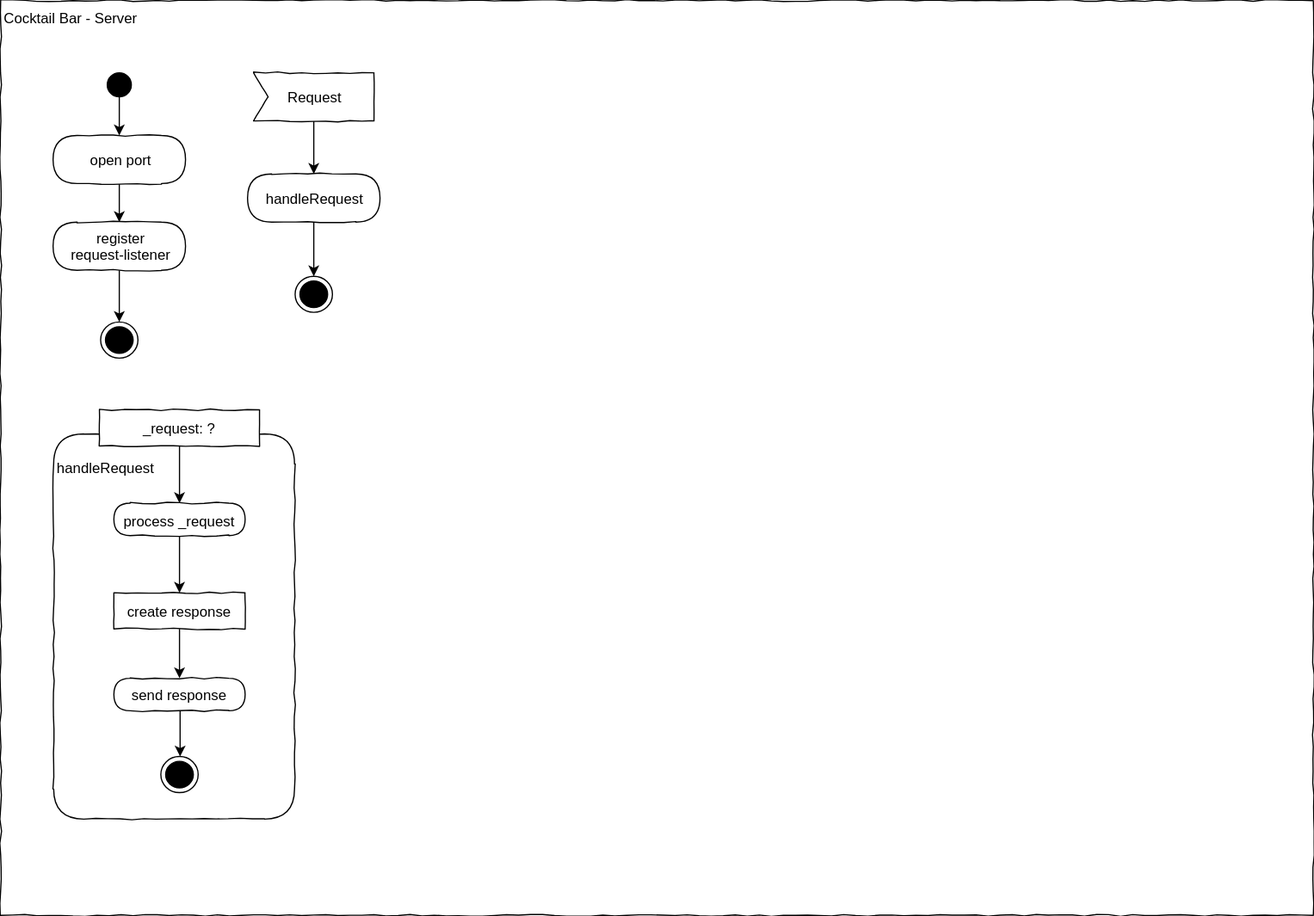
This is L06_Server/Material/draw.io/Activity.svg from JirkaDellOro/EIA2-Inverted, a draw.io export, as it was before one commit. Source tidied: cells renumbered, new cells last; positions are measured from the earlier drawing's top-left corner, leaving out a move shared by most shapes.
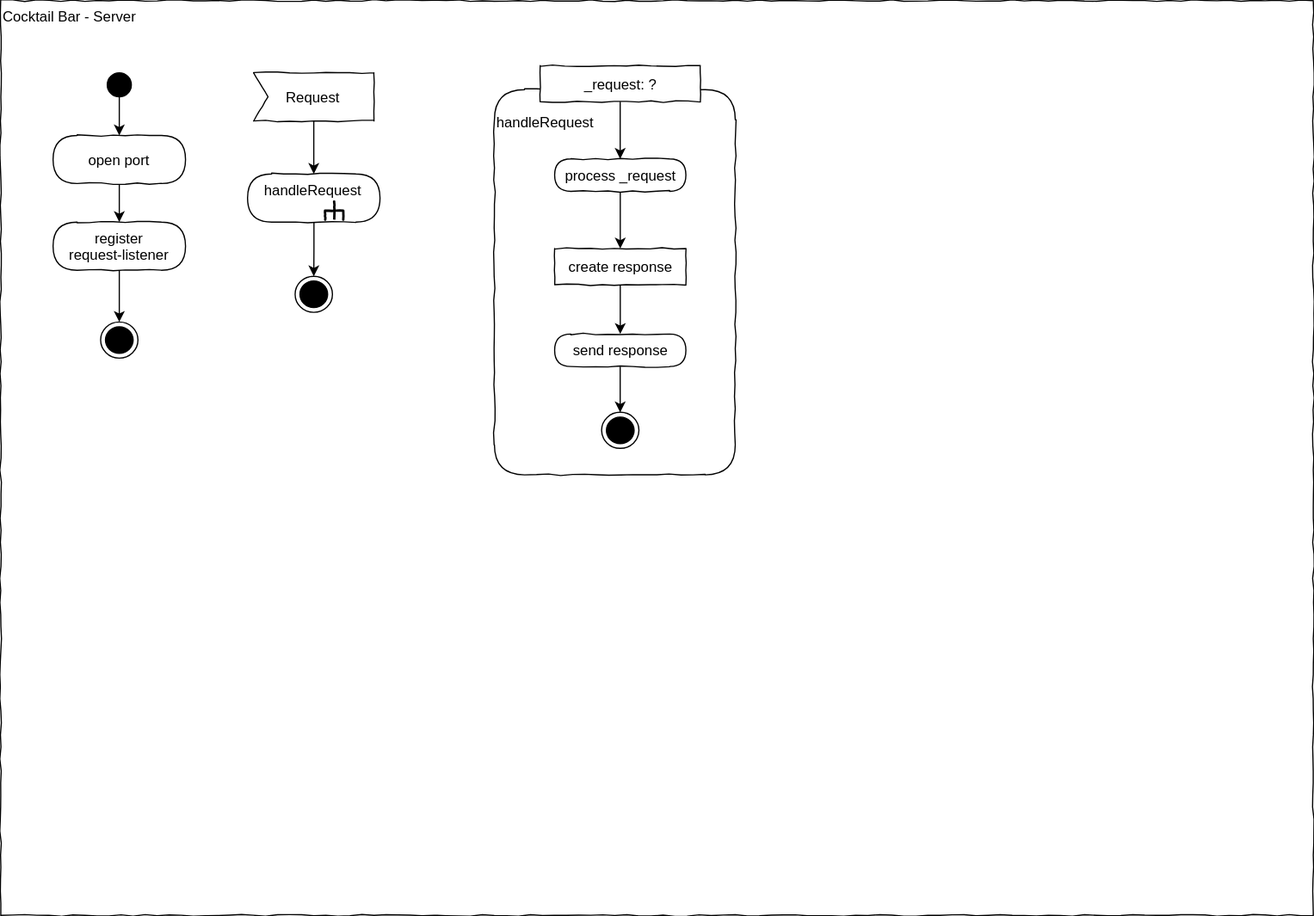
Above is the later version.

What changed in the source:
```diff
@@ -31,25 +31,25 @@
       </mxGeometry>
     </mxCell>
     <mxCell id="10" value="&lt;div style=&quot;text-align: left&quot;&gt;&lt;br&gt;&lt;/div&gt;&lt;div style=&quot;text-align: left&quot;&gt;handleRequest&lt;/div&gt;" style="rounded=1;whiteSpace=wrap;html=1;shadow=0;glass=0;comic=1;strokeColor=#000000;labelPosition=center;verticalLabelPosition=middle;align=left;verticalAlign=top;absoluteArcSize=1;arcSize=50;" parent="1" vertex="1">
-      <mxGeometry x="44" y="360" width="200" height="320" as="geometry" />
+      <mxGeometry x="410" y="74" width="200" height="320" as="geometry" />
     </mxCell>
     <mxCell id="11" style="edgeStyle=orthogonalEdgeStyle;rounded=0;jettySize=auto;html=1;" parent="1" edge="1" source="16" target="15">
       <mxGeometry relative="1" as="geometry" />
     </mxCell>
     <mxCell id="12" value="&lt;div style=&quot;text-align: left&quot;&gt;_request: ?&lt;/div&gt;" style="rounded=0;whiteSpace=wrap;html=1;comic=1;align=center;" parent="1" vertex="1">
-      <mxGeometry x="82" y="340" width="133" height="30" as="geometry" />
+      <mxGeometry x="448" y="54" width="133" height="30" as="geometry" />
     </mxCell>
     <mxCell id="13" style="ellipse;html=1;shape=endState;fillColor=#000000;strokeColor=#000000;comic=1;align=center;" parent="1" vertex="1">
-      <mxGeometry x="133" y="628" width="31" height="30" as="geometry" />
+      <mxGeometry x="499" y="342" width="31" height="30" as="geometry" />
     </mxCell>
     <mxCell id="14" style="edgeStyle=orthogonalEdgeStyle;rounded=0;jettySize=auto;html=1;entryX=0.5;entryY=0;entryDx=0;entryDy=0;" parent="1" edge="1" source="15" target="13">
       <mxGeometry relative="1" as="geometry" />
     </mxCell>
     <mxCell id="15" value="send response" style="rounded=1;whiteSpace=wrap;html=1;absoluteArcSize=1;arcSize=50;strokeWidth=1;shadow=0;comic=1;align=center;verticalAlign=top;" parent="1" vertex="1">
-      <mxGeometry x="94" y="563" width="109" height="27" as="geometry" />
+      <mxGeometry x="460" y="277" width="109" height="27" as="geometry" />
     </mxCell>
     <mxCell id="16" value="&lt;div style=&quot;text-align: left&quot;&gt;create response&lt;/div&gt;" style="rounded=0;whiteSpace=wrap;html=1;comic=1;align=center;" parent="1" vertex="1">
-      <mxGeometry x="94" y="492" width="109" height="30" as="geometry" />
+      <mxGeometry x="460" y="206" width="109" height="30" as="geometry" />
     </mxCell>
     <mxCell id="17" style="edgeStyle=orthogonalEdgeStyle;rounded=0;jettySize=auto;html=1;" parent="1" edge="1" source="20" target="16">
       <mxGeometry relative="1" as="geometry" />
@@ -61,7 +61,7 @@
       <mxGeometry relative="1" as="geometry" />
     </mxCell>
     <mxCell id="20" value="process _request" style="rounded=1;whiteSpace=wrap;html=1;absoluteArcSize=1;arcSize=50;strokeWidth=1;shadow=0;comic=1;align=center;verticalAlign=top;" parent="1" vertex="1">
-      <mxGeometry x="94" y="417.5" width="109" height="27" as="geometry" />
+      <mxGeometry x="460" y="131.5" width="109" height="27" as="geometry" />
     </mxCell>
     <mxCell id="21" style="edgeStyle=orthogonalEdgeStyle;rounded=0;jettySize=auto;html=1;" parent="1" edge="1" source="12" target="20">
       <mxGeometry relative="1" as="geometry" />
@@ -75,11 +75,20 @@
     <mxCell id="24" style="edgeStyle=orthogonalEdgeStyle;rounded=0;jettySize=auto;html=1;" parent="1" edge="1" source="25" target="26">
       <mxGeometry relative="1" as="geometry" />
     </mxCell>
-    <mxCell id="25" value="handleRequest" style="rounded=1;whiteSpace=wrap;html=1;absoluteArcSize=1;arcSize=50;strokeWidth=1;shadow=0;comic=1;align=center;" parent="1" vertex="1">
+    <mxCell id="25" value="handleRequest&lt;br&gt;&amp;nbsp;" style="rounded=1;whiteSpace=wrap;html=1;absoluteArcSize=1;arcSize=50;strokeWidth=1;shadow=0;comic=1;align=center;" parent="1" vertex="1">
       <mxGeometry x="205" y="144" width="110" height="40" as="geometry" />
     </mxCell>
     <mxCell id="26" style="ellipse;html=1;shape=endState;fillColor=#000000;strokeColor=#000000;comic=1;" parent="1" vertex="1">
       <mxGeometry x="244.5" y="229" width="31" height="30" as="geometry" />
     </mxCell>
+    <mxCell id="27" style="group;rotation=90;align=center;" parent="1" vertex="1">
+      <mxGeometry x="267.5" y="162" width="20" height="20" as="geometry" />
+    </mxCell>
+    <mxCell id="28" style="strokeWidth=2;html=1;shape=mxgraph.flowchart.annotation_2;align=left;rounded=1;comic=1;rotation=90;" parent="27" vertex="1">
+      <mxGeometry x="2" y="5" width="15" height="15" as="geometry" />
+    </mxCell>
+    <mxCell id="29" style="endArrow=none;html=1;entryX=0.508;entryY=0.487;entryPerimeter=0;exitX=1;exitY=0.5;exitPerimeter=0;strokeWidth=2;" parent="27" edge="1" source="28" target="28">
+      <mxGeometry relative="1" as="geometry" />
+    </mxCell>
   </root>
 </mxGraphModel>
```
